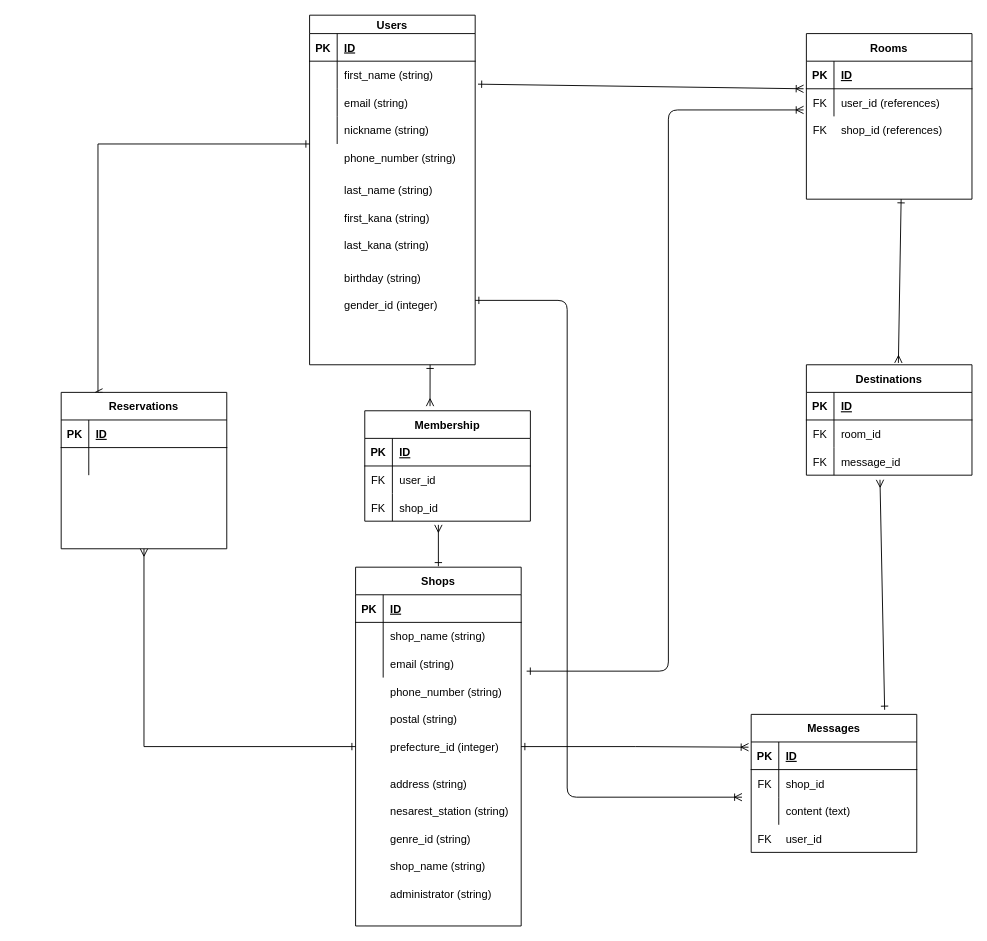
Earlier version of the draw.io diagram ikitsuke.dio (taip315/aketate). Source tidied: cells renumbered, new cells numbered last; positions are measured from the earlier drawing's top-left corner, leaving out a move shared by most shapes. Both pictures are drawn from the tidied source at 92%, with x=0, y=0 at pixel (61, 15).
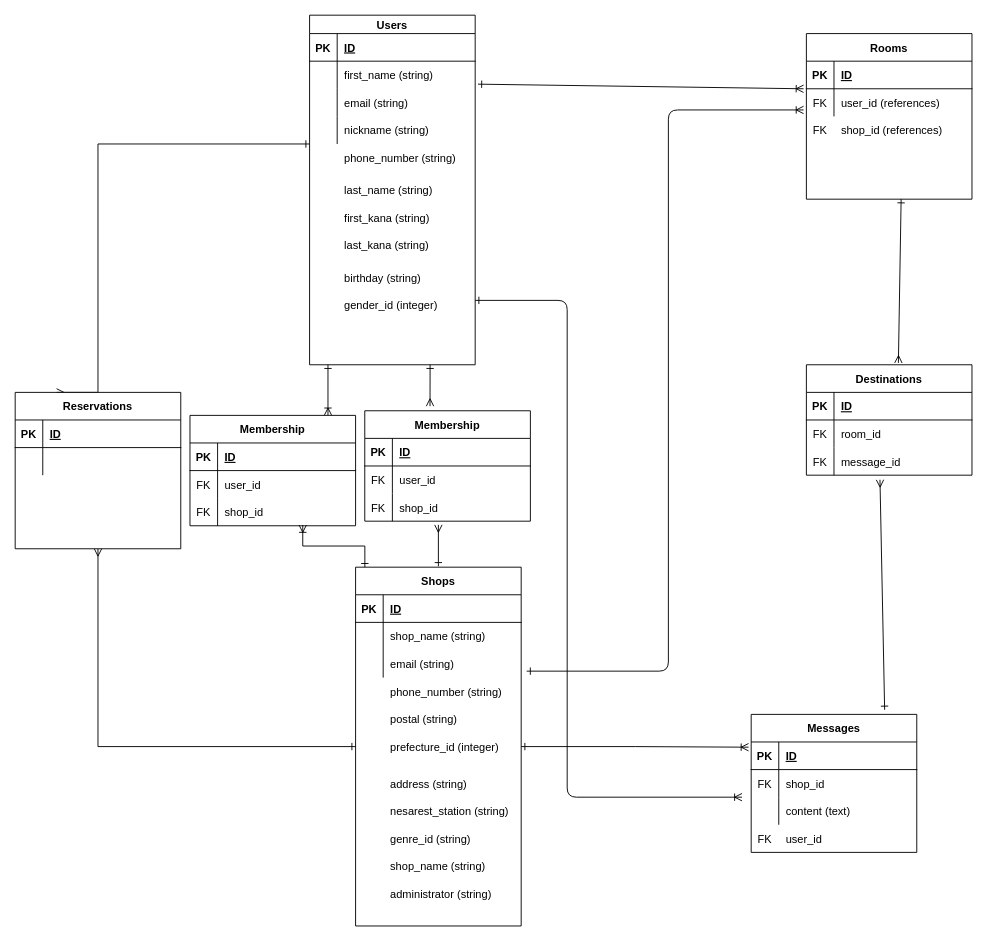
After the change.

The change refers to these unchanged cells:
```xml
<mxCell id="22" value="Shops" style="shape=table;startSize=30;childLayout=tableLayout;rowLines=0;fontStyle=1;align=center;" parent="1" vertex="1">
  <mxGeometry x="320" y="600" width="180" height="390" as="geometry" />
</mxCell>
```

What changed in the source:
```diff
@@
     <mxCell id="78" value="Reservations" style="shape=table;startSize=30;childLayout=tableLayout;rowLines=0;fontStyle=1;align=center;" parent="1" vertex="1">
-      <mxGeometry y="410" width="180" height="170" as="geometry" />
+      <mxGeometry x="-50" y="410" width="180" height="170" as="geometry" />
     </mxCell>
@@
+    <mxCell id="98" style="edgeStyle=elbowEdgeStyle;rounded=0;jettySize=auto;html=1;startArrow=ERoneToMany;startFill=0;endArrow=ERone;endFill=0;" parent="1" edge="1" source="100">
+      <mxGeometry relative="1" as="geometry">
+        <mxPoint x="290" y="380" as="targetPoint" />
+      </mxGeometry>
+    </mxCell>
+    <mxCell id="99" style="edgeStyle=elbowEdgeStyle;rounded=0;jettySize=auto;html=1;startArrow=ERoneToMany;startFill=0;endArrow=ERone;endFill=0;exitX=0.681;exitY=0.971;exitDx=0;exitDy=0;exitPerimeter=0;entryX=0.056;entryY=0;entryDx=0;entryDy=0;entryPerimeter=0;" parent="1" edge="1" source="107" target="22">
+      <mxGeometry relative="1" as="geometry" />
+    </mxCell>
+    <mxCell id="100" value="Membership" style="shape=table;startSize=30;childLayout=tableLayout;rowLines=0;fontStyle=1;align=center;" parent="1" vertex="1">
+      <mxGeometry x="140" y="435" width="180" height="120" as="geometry" />
+    </mxCell>
+    <mxCell id="101" style="shape=partialRectangle;fillColor=none;top=0;left=0;bottom=1;right=0;" parent="100" vertex="1">
+      <mxGeometry y="30" width="180" height="30" as="geometry" />
+    </mxCell>
+    <mxCell id="102" value="PK" style="shape=partialRectangle;fillColor=none;top=0;left=0;bottom=0;right=0;fontStyle=1;overflow=hidden;" parent="101" vertex="1">
+      <mxGeometry width="30" height="30" as="geometry" />
+    </mxCell>
+    <mxCell id="103" value="ID" style="shape=partialRectangle;fillColor=none;top=0;left=0;bottom=0;right=0;align=left;spacingLeft=6;fontStyle=5;overflow=hidden;" parent="101" vertex="1">
+      <mxGeometry x="30" width="150" height="30" as="geometry" />
+    </mxCell>
+    <mxCell id="104" style="shape=partialRectangle;fillColor=none;top=0;left=0;bottom=0;right=0;" parent="100" vertex="1">
+      <mxGeometry y="60" width="180" height="30" as="geometry" />
+    </mxCell>
+    <mxCell id="105" value="FK" style="shape=partialRectangle;fillColor=none;top=0;left=0;bottom=0;right=0;overflow=hidden;" parent="104" vertex="1">
+      <mxGeometry width="30" height="30" as="geometry" />
+    </mxCell>
+    <mxCell id="106" value="user_id" style="shape=partialRectangle;fillColor=none;top=0;left=0;bottom=0;right=0;align=left;spacingLeft=6;overflow=hidden;" parent="104" vertex="1">
+      <mxGeometry x="30" width="150" height="30" as="geometry" />
+    </mxCell>
+    <mxCell id="107" style="shape=partialRectangle;fillColor=none;top=0;left=0;bottom=0;right=0;points=[[0,0.5],[1,0.5]];portConstraint=eastwest;" parent="100" vertex="1">
+      <mxGeometry y="90" width="180" height="30" as="geometry" />
+    </mxCell>
+    <mxCell id="108" value="FK" style="shape=partialRectangle;fillColor=none;top=0;left=0;bottom=0;right=0;overflow=hidden;" parent="107" vertex="1">
+      <mxGeometry width="30" height="30" as="geometry" />
+    </mxCell>
+    <mxCell id="109" value="shop_id" style="shape=partialRectangle;fillColor=none;top=0;left=0;bottom=0;right=0;align=left;spacingLeft=6;overflow=hidden;" parent="107" vertex="1">
+      <mxGeometry x="30" width="150" height="30" as="geometry" />
+    </mxCell>
```
